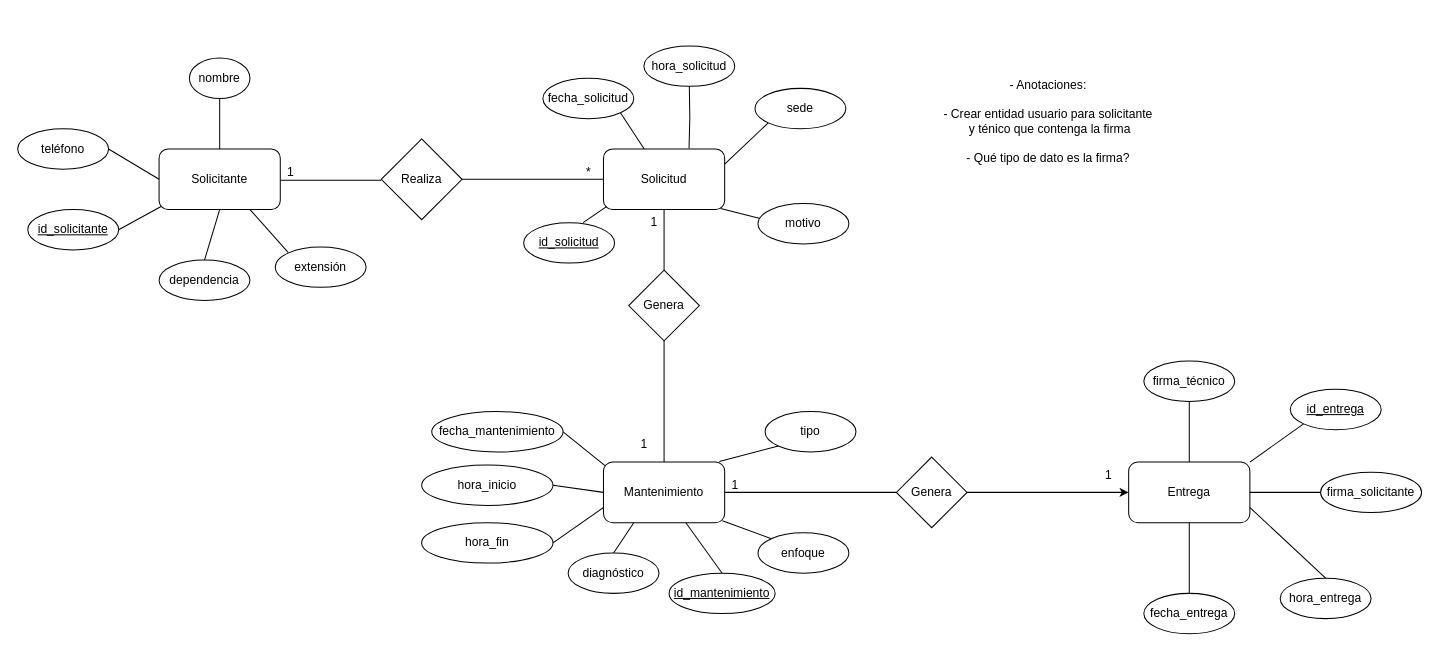
This is E-R Model Software and hardware maintenance.drawio from DevKike/maintenance_management_system, a draw.io file, before an edit. Source tidied: cells renumbered, new cells numbered last; positions are measured from the earlier drawing's top-left corner, leaving out a move shared by most shapes. Both pictures are drawn from the tidied source at 101%, with x=0, y=0 at pixel (17, 45).
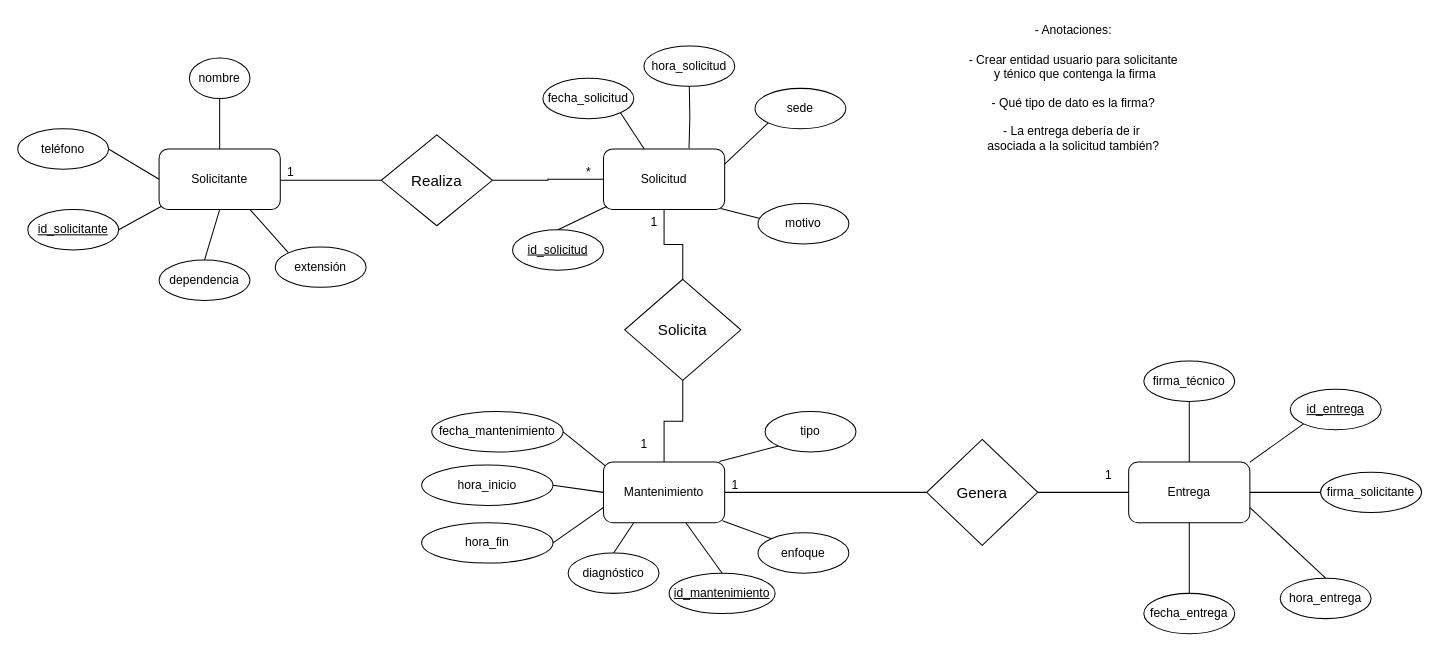
After the change.

The change refers to these unchanged cells:
```xml
<mxCell id="12" value="Entrega" style="rounded=1;whiteSpace=wrap;html=1;" parent="1" vertex="1">
  <mxGeometry x="1100" y="412" width="120" height="60" as="geometry" />
</mxCell>
```

The edit, as a diff of the source:
```diff
@@
-    <mxCell id="20" value="Realiza" style="rhombus;whiteSpace=wrap;html=1;" parent="1" vertex="1">
-      <mxGeometry x="360" y="92" width="80" height="80" as="geometry" />
+    <mxCell id="20" value="&lt;font style=&quot;font-size: 15px;&quot;&gt;Realiza&lt;/font&gt;" style="rhombus;whiteSpace=wrap;html=1;" parent="1" vertex="1">
+      <mxGeometry x="360" y="88" width="110" height="90" as="geometry" />
     </mxCell>
@@
-    <mxCell id="30" value="Genera" style="rhombus;whiteSpace=wrap;html=1;" parent="1" vertex="1">
-      <mxGeometry x="605" y="222" width="70" height="70" as="geometry" />
+    <mxCell id="30" value="&lt;font style=&quot;font-size: 15px;&quot;&gt;Solicita&lt;/font&gt;" style="rhombus;whiteSpace=wrap;html=1;" parent="1" vertex="1">
+      <mxGeometry x="601" y="231" width="115" height="100" as="geometry" />
     </mxCell>
@@
-    <mxCell id="37" style="edgeStyle=orthogonalEdgeStyle;rounded=0;jettySize=auto;html=1;exitX=1;exitY=0.5;exitDx=0;exitDy=0;" parent="1" edge="1" source="38" target="12">
+    <mxCell id="37" style="edgeStyle=orthogonalEdgeStyle;rounded=0;jettySize=auto;html=1;exitX=1;exitY=0.5;exitDx=0;exitDy=0;endArrow=none;endFill=0;" parent="1" edge="1" source="38" target="12">
       <mxGeometry relative="1" as="geometry" />
     </mxCell>
-    <mxCell id="38" value="Genera" style="rhombus;whiteSpace=wrap;html=1;" parent="1" vertex="1">
-      <mxGeometry x="870" y="407" width="70" height="70" as="geometry" />
+    <mxCell id="38" value="&lt;font style=&quot;font-size: 15px;&quot;&gt;Genera&lt;/font&gt;" style="rhombus;whiteSpace=wrap;html=1;" parent="1" vertex="1">
+      <mxGeometry x="900" y="389.5" width="110" height="105" as="geometry" />
     </mxCell>
@@
     <mxCell id="52" value="&lt;u&gt;id_solicitud&lt;/u&gt;" style="ellipse;whiteSpace=wrap;html=1;" parent="1" vertex="1">
-      <mxGeometry x="501" y="175" width="90" height="40" as="geometry" />
+      <mxGeometry x="490" y="182" width="90" height="40" as="geometry" />
     </mxCell>
@@
-    <mxCell id="58" style="rounded=0;orthogonalLoop=1;jettySize=auto;html=1;entryX=1;entryY=0;entryDx=0;entryDy=0;endArrow=none;endFill=0;exitX=0;exitY=1;exitDx=0;exitDy=0;" parent="1" edge="1">
+    <mxCell id="58" style="rounded=0;jettySize=auto;html=1;entryX=0.5;entryY=0;entryDx=0;entryDy=0;endArrow=none;endFill=0;exitX=0;exitY=1;exitDx=0;exitDy=0;" parent="1" edge="1" target="52">
       <mxGeometry relative="1" as="geometry">
         <mxPoint x="583" y="159" as="sourcePoint" />
-        <mxPoint x="559.8" y="174.9" as="targetPoint" />
       </mxGeometry>
     </mxCell>
-    <mxCell id="59" value="- Anotaciones:&lt;div&gt;&lt;br&gt;&lt;/div&gt;&lt;div&gt;- Crear entidad usuario para solicitante&lt;/div&gt;&lt;div&gt;&amp;nbsp;y ténico que contenga la firma&lt;/div&gt;&lt;div&gt;&lt;br&gt;&lt;/div&gt;&lt;div&gt;- Qué tipo de dato es la firma?&lt;/div&gt;" style="text;html=1;align=center;verticalAlign=middle;strokeColor=none;fillColor=none;" parent="1" vertex="1">
-      <mxGeometry x="905" y="25" width="230" height="100" as="geometry" />
+    <mxCell id="59" value="- Anotaciones:&lt;div&gt;&lt;br&gt;&lt;/div&gt;&lt;div&gt;- Crear entidad usuario para solicitante&lt;/div&gt;&lt;div&gt;&amp;nbsp;y ténico que contenga la firma&lt;/div&gt;&lt;div&gt;&lt;br&gt;&lt;/div&gt;&lt;div&gt;- Qué tipo de dato es la firma?&lt;/div&gt;&lt;div&gt;&lt;br&gt;&lt;/div&gt;&lt;div&gt;- La entrega debería de ir&amp;nbsp;&lt;/div&gt;&lt;div&gt;asociada a la solicitud también?&lt;/div&gt;" style="text;html=1;align=center;verticalAlign=middle;strokeColor=none;fillColor=none;" parent="1" vertex="1">
+      <mxGeometry x="930" y="-28" width="230" height="140" as="geometry" />
     </mxCell>
```
